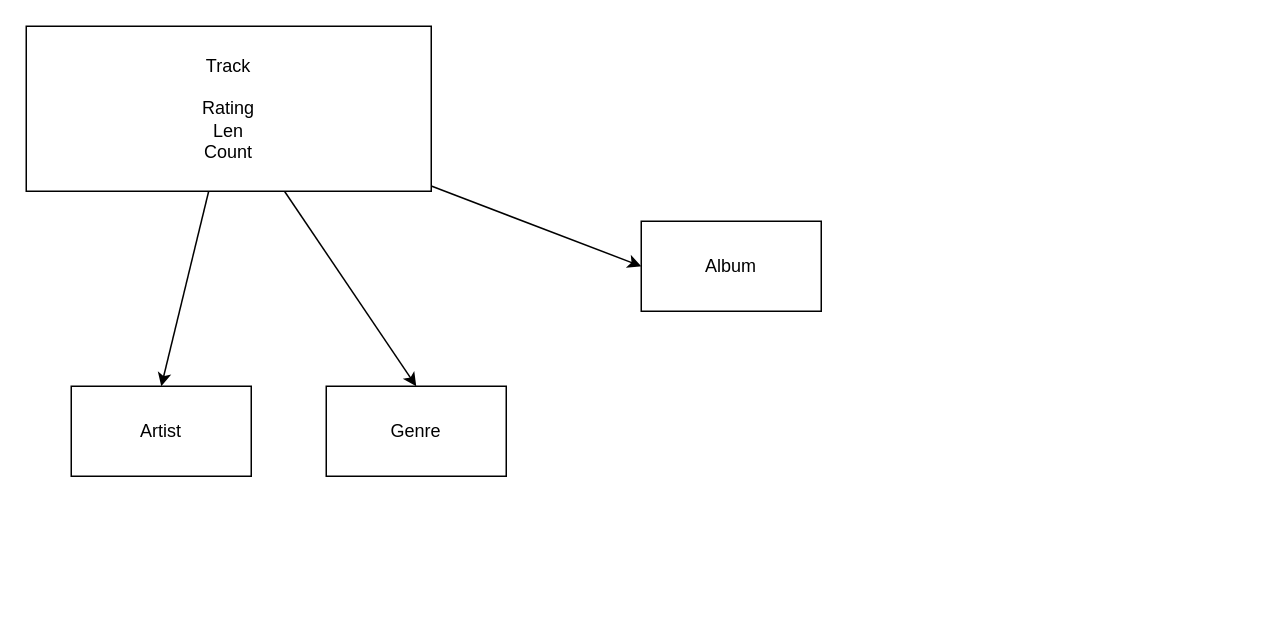
dantrr/100-days-of-code keeps this draw.io diagram as Python/Python For Everybody/P4EDB.drawio. Above is the earlier version. Source tidied: cells renumbered, new cells numbered last; positions are measured from the earlier drawing's top-left corner, leaving out a move shared by most shapes. Both pictures are drawn from the tidied source at 150%, with x=0, y=0 at pixel (26, 26).
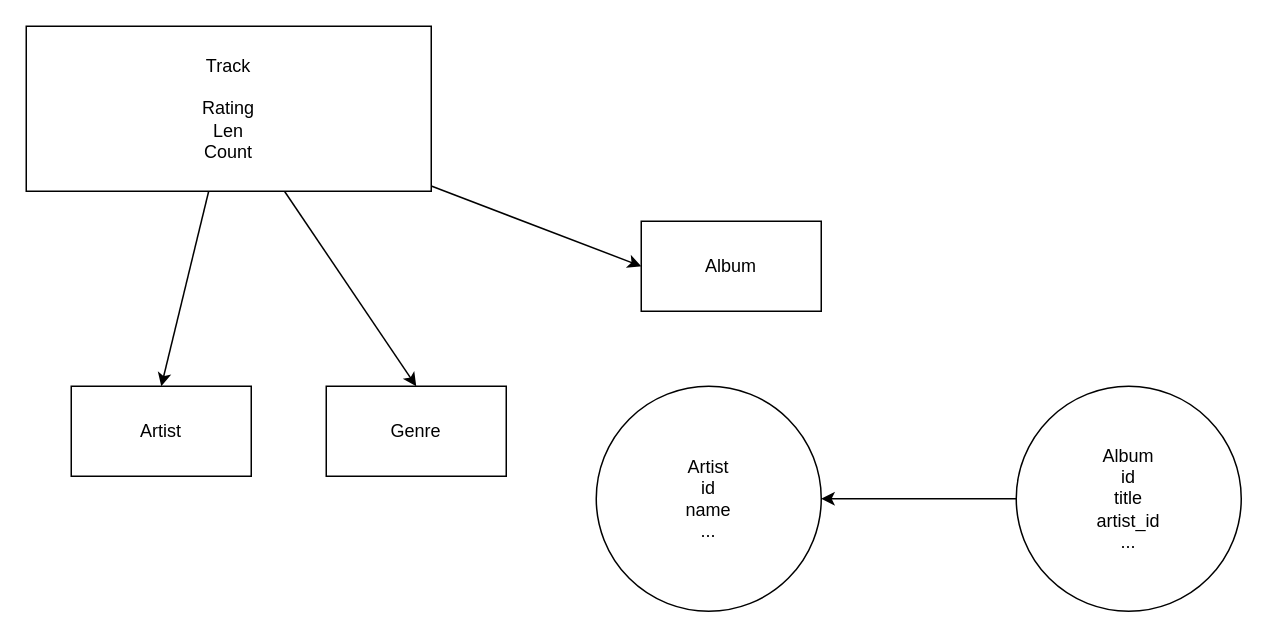
The same page after the edit.

Diff of the diagram source:
```diff
@@
 <mxGraphModel>
   <root>
     <mxCell id="0" />
     <mxCell id="1" parent="0" />
     <mxCell id="2" style="edgeStyle=none;html=1;entryX=0;entryY=0.5;entryDx=0;entryDy=0;" parent="1" edge="1" source="5" target="6">
       <mxGeometry relative="1" as="geometry" />
     </mxCell>
     <mxCell id="3" style="edgeStyle=none;html=1;entryX=0.5;entryY=0;entryDx=0;entryDy=0;" parent="1" edge="1" source="5" target="8">
       <mxGeometry relative="1" as="geometry" />
     </mxCell>
     <mxCell id="4" style="edgeStyle=none;html=1;entryX=0.5;entryY=0;entryDx=0;entryDy=0;" parent="1" edge="1" source="5" target="7">
       <mxGeometry relative="1" as="geometry" />
     </mxCell>
     <mxCell id="5" value="Track&lt;br&gt;&lt;br&gt;Rating&lt;br&gt;Len&lt;br&gt;Count&lt;br&gt;" style="whiteSpace=wrap;html=1;" parent="1" vertex="1">
       <mxGeometry width="270" height="110" as="geometry" />
     </mxCell>
     <mxCell id="6" value="Album" style="whiteSpace=wrap;html=1;" parent="1" vertex="1">
       <mxGeometry x="410" y="130" width="120" height="60" as="geometry" />
     </mxCell>
     <mxCell id="7" value="Genre" style="whiteSpace=wrap;html=1;" parent="1" vertex="1">
       <mxGeometry x="200" y="240" width="120" height="60" as="geometry" />
     </mxCell>
     <mxCell id="8" value="Artist" style="whiteSpace=wrap;html=1;" parent="1" vertex="1">
       <mxGeometry x="30" y="240" width="120" height="60" as="geometry" />
     </mxCell>
+    <mxCell id="9" value="Artist&lt;br&gt;id&lt;br&gt;name&lt;br&gt;..." style="ellipse;whiteSpace=wrap;html=1;" parent="1" vertex="1">
+      <mxGeometry x="380" y="240" width="150" height="150" as="geometry" />
+    </mxCell>
+    <mxCell id="10" style="edgeStyle=none;html=1;" parent="1" edge="1" source="11" target="9">
+      <mxGeometry relative="1" as="geometry" />
+    </mxCell>
+    <mxCell id="11" value="Album&lt;br&gt;id&lt;br&gt;title&lt;br&gt;artist_id&lt;br&gt;..." style="ellipse;whiteSpace=wrap;html=1;" parent="1" vertex="1">
+      <mxGeometry x="660" y="240" width="150" height="150" as="geometry" />
+    </mxCell>
   </root>
 </mxGraphModel>
```
